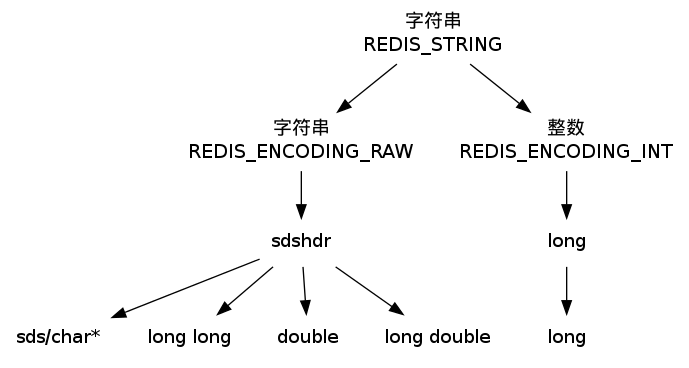
The Graphviz diagram datatype/image/redis_string.png in huangzworks/redisbook, before a commit. Its source is kept beside it as datatype/image/redis_string.dot. Its diagram source:
```dot
digraph redis_string {

    node[shape=plaintext];


    REDIS_STRING [label="字符串\nREDIS_STRING"];


    REDIS_ENCODING_RAW [label="字符串\nREDIS_ENCODING_RAW"];
    REDIS_ENCODING_INT [label="整数\nREDIS_ENCODING_INT"];


    REDIS_STRING -> REDIS_ENCODING_RAW;
    REDIS_STRING -> REDIS_ENCODING_INT;

    REDIS_ENCODING_RAW -> sdshdr;
    REDIS_ENCODING_INT -> long;


    sdshdr [label="sdshdr"];
    sds [label="sds/char*"];
    long_long [label="long long"];
    double [label="double"];
    long_double [label="long double"];

    sdshdr -> sds;
    sdshdr -> long_long;
    sdshdr -> double;
    sdshdr -> long_double;


    long [label="long"];
    long_type [label="long"];

    long -> long_type;


}
```
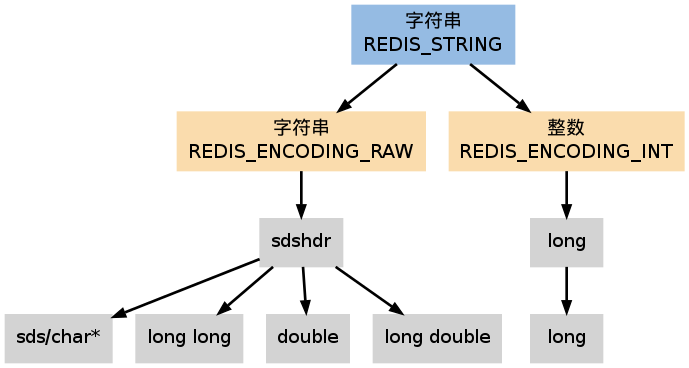
After the commit.

Diff of the diagram source:
```diff
@@ -1,13 +1,15 @@
 digraph redis_string {
 
-    node[shape=plaintext];
+    node[shape=plaintext, style = filled];
+
+    edge [style = bold];
 
 
-    REDIS_STRING [label="字符串\nREDIS_STRING"];
+    REDIS_STRING [label="字符串\nREDIS_STRING", fillcolor = "#95BBE3"];
 
 
-    REDIS_ENCODING_RAW [label="字符串\nREDIS_ENCODING_RAW"];
-    REDIS_ENCODING_INT [label="整数\nREDIS_ENCODING_INT"];
+    REDIS_ENCODING_RAW [label="字符串\nREDIS_ENCODING_RAW", fillcolor = "#FADCAD"];
+    REDIS_ENCODING_INT [label="整数\nREDIS_ENCODING_INT", fillcolor = "#FADCAD"];
 
 
     REDIS_STRING -> REDIS_ENCODING_RAW;
```
